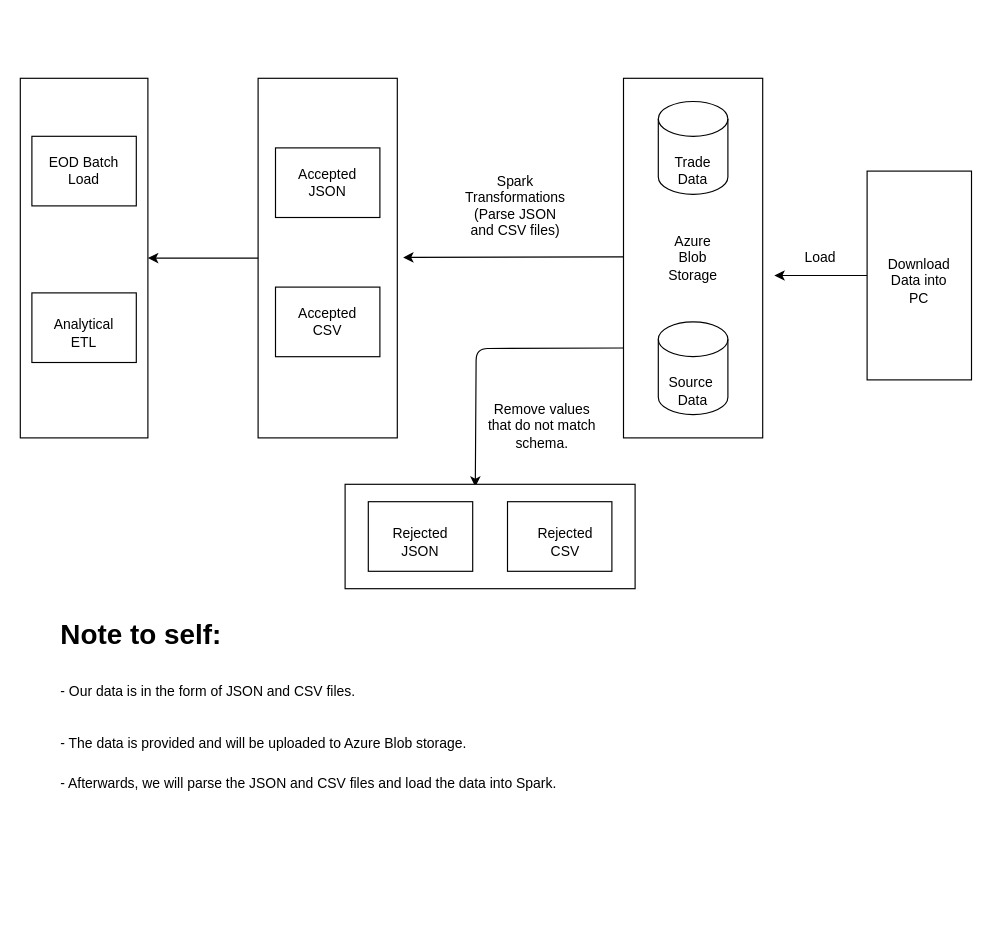
Before: Guided_Capstone_Step1.drawio in JamesHizon/Guided_Capstone_Step_1, a draw.io diagram. Source tidied: cells renumbered, new cells numbered last; positions are measured from the earlier drawing's top-left corner, leaving out a move shared by most shapes. Both pictures are drawn from the tidied source at 116%, with x=0, y=0 at pixel (20, 78).
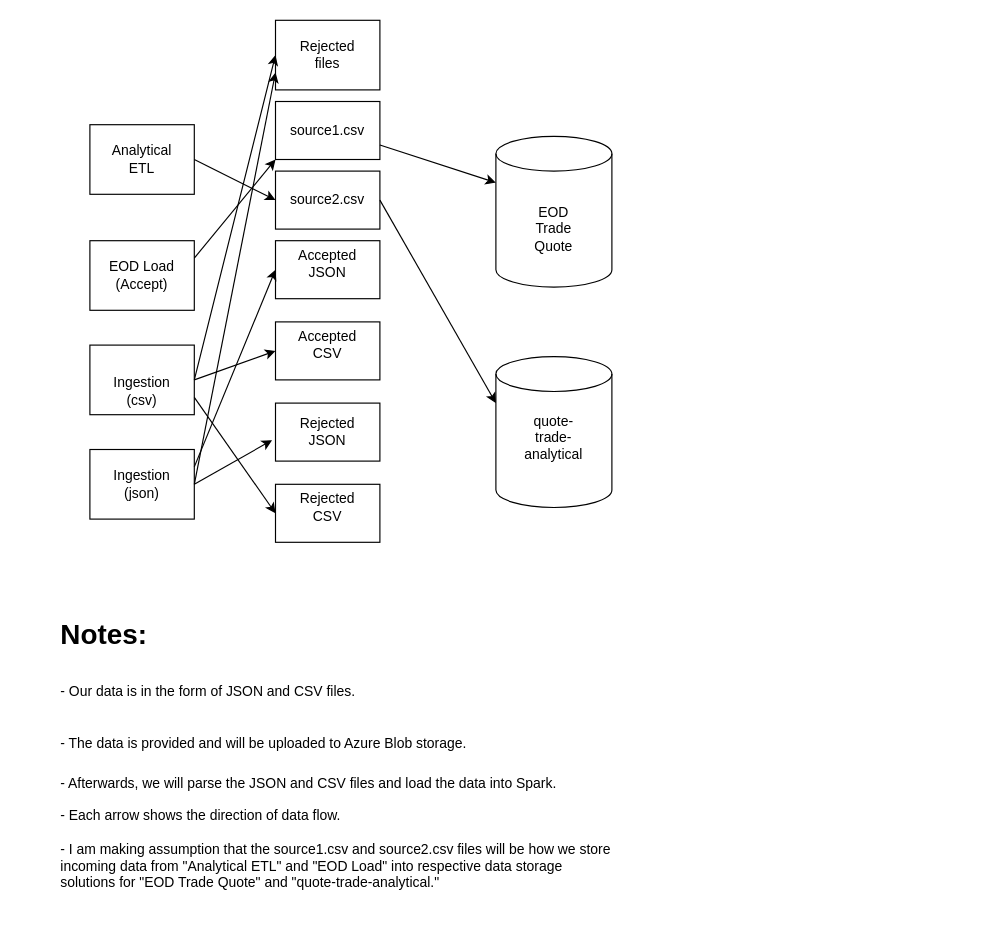
Above is the later version.

Diff of the diagram source:
```diff
@@
-    <mxCell id="2" style="rounded=0;whiteSpace=wrap;html=1;" parent="1" vertex="1">
-      <mxGeometry x="520" width="120" height="310" as="geometry" />
-    </mxCell>
     <mxCell id="3" style="shape=cylinder3;whiteSpace=wrap;html=1;boundedLbl=1;backgroundOutline=1;size=15;" parent="1" vertex="1">
-      <mxGeometry x="550" y="20" width="60" height="80" as="geometry" />
+      <mxGeometry x="410" y="50" width="100" height="130" as="geometry" />
     </mxCell>
-    <mxCell id="4" style="shape=cylinder3;whiteSpace=wrap;html=1;boundedLbl=1;backgroundOutline=1;size=15;" parent="1" vertex="1">
-      <mxGeometry x="550" y="210" width="60" height="80" as="geometry" />
-    </mxCell>
-    <mxCell id="5" value="Trade Data" style="text;html=1;strokeColor=none;fillColor=none;align=center;verticalAlign=middle;whiteSpace=wrap;rounded=0;" parent="1" vertex="1">
-      <mxGeometry x="560" y="70" width="40" height="20" as="geometry" />
+    <mxCell id="5" value="EOD&lt;br&gt;Trade&lt;br&gt;Quote" style="text;html=1;strokeColor=none;fillColor=none;align=center;verticalAlign=middle;whiteSpace=wrap;rounded=0;" parent="1" vertex="1">
+      <mxGeometry x="440" y="120" width="40" height="20" as="geometry" />
     </mxCell>
-    <mxCell id="6" value="Source&amp;nbsp;&lt;br&gt;Data" style="text;html=1;strokeColor=none;fillColor=none;align=center;verticalAlign=middle;whiteSpace=wrap;rounded=0;" parent="1" vertex="1">
-      <mxGeometry x="560" y="260" width="40" height="20" as="geometry" />
-    </mxCell>
-    <mxCell id="7" value="&lt;h1&gt;Note to self:&lt;/h1&gt;&lt;h1&gt;&lt;span style=&quot;font-size: 12px ; font-weight: normal&quot;&gt;- Our data is in&amp;nbsp;the form of JSON and CSV files.&lt;/span&gt;&lt;/h1&gt;&lt;h1&gt;&lt;span style=&quot;font-size: 12px ; font-weight: normal&quot;&gt;- The data is provided and will be uploaded to Azure Blob storage.&lt;/span&gt;&lt;/h1&gt;&lt;div&gt;- Afterwards, we will parse the JSON and CSV files&amp;nbsp;and load the data into Spark.&lt;/div&gt;&lt;div&gt;&lt;br&gt;&lt;/div&gt;&lt;div&gt;&lt;br&gt;&lt;/div&gt;&lt;div&gt;&lt;br&gt;&lt;/div&gt;" style="text;html=1;strokeColor=none;fillColor=none;spacing=5;spacingTop=-20;whiteSpace=wrap;overflow=hidden;rounded=0;" parent="1" vertex="1">
-      <mxGeometry x="30" y="460" width="490" height="165" as="geometry" />
+    <mxCell id="7" value="&lt;h1&gt;Notes:&lt;/h1&gt;&lt;h1&gt;&lt;span style=&quot;font-size: 12px ; font-weight: normal&quot;&gt;- Our data is in&amp;nbsp;the form of JSON and CSV files.&lt;/span&gt;&lt;/h1&gt;&lt;h1&gt;&lt;span style=&quot;font-size: 12px ; font-weight: normal&quot;&gt;- The data is provided and will be uploaded to Azure Blob storage.&lt;/span&gt;&lt;/h1&gt;&lt;div&gt;- Afterwards, we will parse the JSON and CSV files&amp;nbsp;and load the data into Spark.&lt;/div&gt;&lt;div&gt;&lt;br&gt;&lt;/div&gt;&lt;div&gt;- Each arrow shows the direction of data flow.&lt;/div&gt;&lt;div&gt;&lt;br&gt;&lt;/div&gt;&lt;div&gt;- I am making assumption that the source1.csv and source2.csv files will be how we store incoming data from &quot;Analytical ETL&quot; and &quot;EOD Load&quot; into respective data storage solutions for &quot;EOD Trade Quote&quot; and &quot;quote-trade-analytical.&quot;&lt;/div&gt;&lt;div&gt;&lt;br&gt;&lt;/div&gt;" style="text;html=1;strokeColor=none;fillColor=none;spacing=5;spacingTop=-20;whiteSpace=wrap;overflow=hidden;rounded=0;" parent="1" vertex="1">
+      <mxGeometry x="30" y="460" width="490" height="260" as="geometry" />
     </mxCell>
-    <mxCell id="8" value="Azure Blob Storage" style="text;html=1;strokeColor=none;fillColor=none;align=center;verticalAlign=middle;whiteSpace=wrap;rounded=0;" parent="1" vertex="1">
-      <mxGeometry x="560" y="145" width="40" height="20" as="geometry" />
-    </mxCell>
-    <mxCell id="9" style="endArrow=classic;html=1;" parent="1" edge="1">
-      <mxGeometry relative="1" as="geometry">
-        <mxPoint x="520" y="154" as="sourcePoint" />
-        <mxPoint x="330" y="154.4" as="targetPoint" />
-      </mxGeometry>
-    </mxCell>
-    <mxCell id="10" value="Spark Transformations&lt;br&gt;(Parse JSON and CSV files)" style="text;html=1;strokeColor=none;fillColor=none;align=center;verticalAlign=middle;whiteSpace=wrap;rounded=0;" parent="1" vertex="1">
-      <mxGeometry x="380" y="100" width="94" height="20" as="geometry" />
-    </mxCell>
-    <mxCell id="11" style="rounded=0;whiteSpace=wrap;html=1;" parent="1" vertex="1">
-      <mxGeometry x="730" y="80" width="90" height="180" as="geometry" />
-    </mxCell>
-    <mxCell id="12" value="Download&lt;br&gt;Data into PC" style="text;html=1;strokeColor=none;fillColor=none;align=center;verticalAlign=middle;whiteSpace=wrap;rounded=0;" parent="1" vertex="1">
-      <mxGeometry x="755" y="165" width="40" height="20" as="geometry" />
-    </mxCell>
-    <mxCell id="13" style="endArrow=classic;html=1;exitX=0;exitY=0.5;exitDx=0;exitDy=0;" parent="1" edge="1" source="11">
-      <mxGeometry relative="1" as="geometry">
-        <mxPoint x="650" y="170" as="targetPoint" />
-      </mxGeometry>
-    </mxCell>
-    <mxCell id="14" value="Load" style="text;html=1;strokeColor=none;fillColor=none;align=center;verticalAlign=middle;whiteSpace=wrap;rounded=0;" parent="1" vertex="1">
-      <mxGeometry x="670" y="145" width="40" height="20" as="geometry" />
-    </mxCell>
-    <mxCell id="15" style="rounded=0;whiteSpace=wrap;html=1;" parent="1" vertex="1">
-      <mxGeometry x="205" width="120" height="310" as="geometry" />
-    </mxCell>
-    <mxCell id="16" style="endArrow=classic;html=1;exitX=0;exitY=0.75;exitDx=0;exitDy=0;entryX=0.449;entryY=0.024;entryDx=0;entryDy=0;entryPerimeter=0;" parent="1" edge="1" source="2" target="17">
-      <mxGeometry relative="1" as="geometry">
-        <Array as="points">
-          <mxPoint x="393" y="233" />
-        </Array>
-      </mxGeometry>
-    </mxCell>
-    <mxCell id="17" style="rounded=0;whiteSpace=wrap;html=1;" parent="1" vertex="1">
-      <mxGeometry x="280" y="350" width="250" height="90" as="geometry" />
-    </mxCell>
-    <mxCell id="18" value="Remove values that do not match schema." style="text;html=1;strokeColor=none;fillColor=none;align=center;verticalAlign=middle;whiteSpace=wrap;rounded=0;" parent="1" vertex="1">
-      <mxGeometry x="400" y="290" width="100" height="20" as="geometry" />
-    </mxCell>
     <mxCell id="19" style="rounded=0;whiteSpace=wrap;html=1;" parent="1" vertex="1">
-      <mxGeometry x="300" y="365" width="90" height="60" as="geometry" />
+      <mxGeometry x="220" y="280" width="90" height="50" as="geometry" />
     </mxCell>
     <mxCell id="20" style="rounded=0;whiteSpace=wrap;html=1;" parent="1" vertex="1">
-      <mxGeometry x="420" y="365" width="90" height="60" as="geometry" />
+      <mxGeometry x="220" y="350" width="90" height="50" as="geometry" />
     </mxCell>
     <mxCell id="21" value="Rejected&lt;br&gt;CSV" style="text;html=1;strokeColor=none;fillColor=none;align=center;verticalAlign=middle;whiteSpace=wrap;rounded=0;" parent="1" vertex="1">
-      <mxGeometry x="450" y="390" width="40" height="20" as="geometry" />
+      <mxGeometry x="245" y="360" width="40" height="20" as="geometry" />
     </mxCell>
     <mxCell id="22" value="Rejected&lt;br&gt;JSON" style="text;html=1;strokeColor=none;fillColor=none;align=center;verticalAlign=middle;whiteSpace=wrap;rounded=0;" parent="1" vertex="1">
-      <mxGeometry x="325" y="390" width="40" height="20" as="geometry" />
+      <mxGeometry x="245" y="295" width="40" height="20" as="geometry" />
     </mxCell>
     <mxCell id="23" style="rounded=0;whiteSpace=wrap;html=1;" parent="1" vertex="1">
-      <mxGeometry x="220" y="60" width="90" height="60" as="geometry" />
+      <mxGeometry x="220" y="140" width="90" height="50" as="geometry" />
     </mxCell>
     <mxCell id="24" style="rounded=0;whiteSpace=wrap;html=1;" parent="1" vertex="1">
-      <mxGeometry x="220" y="180" width="90" height="60" as="geometry" />
+      <mxGeometry x="220" y="210" width="90" height="50" as="geometry" />
     </mxCell>
     <mxCell id="25" value="Accepted&lt;br&gt;JSON" style="text;html=1;strokeColor=none;fillColor=none;align=center;verticalAlign=middle;whiteSpace=wrap;rounded=0;" parent="1" vertex="1">
-      <mxGeometry x="245" y="80" width="40" height="20" as="geometry" />
+      <mxGeometry x="245" y="150" width="40" height="20" as="geometry" />
     </mxCell>
     <mxCell id="26" value="Accepted&lt;br&gt;CSV" style="text;html=1;strokeColor=none;fillColor=none;align=center;verticalAlign=middle;whiteSpace=wrap;rounded=0;" parent="1" vertex="1">
-      <mxGeometry x="245" y="200" width="40" height="20" as="geometry" />
+      <mxGeometry x="245" y="220" width="40" height="20" as="geometry" />
     </mxCell>
-    <mxCell id="27" style="rounded=0;whiteSpace=wrap;html=1;" parent="1" vertex="1">
-      <mxGeometry width="110" height="310" as="geometry" />
-    </mxCell>
-    <mxCell id="28" style="endArrow=classic;html=1;entryX=1;entryY=0.5;entryDx=0;entryDy=0;exitX=0;exitY=0.5;exitDx=0;exitDy=0;" parent="1" edge="1" source="15" target="27">
-      <mxGeometry relative="1" as="geometry" />
-    </mxCell>
     <mxCell id="29" style="rounded=0;whiteSpace=wrap;html=1;" parent="1" vertex="1">
-      <mxGeometry x="10" y="50" width="90" height="60" as="geometry" />
+      <mxGeometry x="60" y="140" width="90" height="60" as="geometry" />
     </mxCell>
     <mxCell id="30" style="rounded=0;whiteSpace=wrap;html=1;" parent="1" vertex="1">
-      <mxGeometry x="10" y="185" width="90" height="60" as="geometry" />
+      <mxGeometry x="60" y="40" width="90" height="60" as="geometry" />
     </mxCell>
-    <mxCell id="31" value="EOD Batch Load" style="text;html=1;strokeColor=none;fillColor=none;align=center;verticalAlign=middle;whiteSpace=wrap;rounded=0;" parent="1" vertex="1">
-      <mxGeometry x="20" y="70" width="70" height="20" as="geometry" />
+    <mxCell id="31" value="EOD Load (Accept)" style="text;html=1;strokeColor=none;fillColor=none;align=center;verticalAlign=middle;whiteSpace=wrap;rounded=0;" parent="1" vertex="1">
+      <mxGeometry x="70" y="160" width="70" height="20" as="geometry" />
     </mxCell>
     <mxCell id="32" value="Analytical ETL" style="text;html=1;strokeColor=none;fillColor=none;align=center;verticalAlign=middle;whiteSpace=wrap;rounded=0;" parent="1" vertex="1">
-      <mxGeometry x="35" y="210" width="40" height="20" as="geometry" />
+      <mxGeometry x="85" y="60" width="40" height="20" as="geometry" />
     </mxCell>
+    <mxCell id="33" style="rounded=0;whiteSpace=wrap;html=1;" parent="1" vertex="1">
+      <mxGeometry x="60" y="320" width="90" height="60" as="geometry" />
+    </mxCell>
+    <mxCell id="34" style="rounded=0;whiteSpace=wrap;html=1;" parent="1" vertex="1">
+      <mxGeometry x="60" y="230" width="90" height="60" as="geometry" />
+    </mxCell>
+    <mxCell id="35" value="Ingestion&lt;br&gt;(csv)" style="text;html=1;strokeColor=none;fillColor=none;align=center;verticalAlign=middle;whiteSpace=wrap;rounded=0;" parent="1" vertex="1">
+      <mxGeometry x="85" y="260" width="40" height="20" as="geometry" />
+    </mxCell>
+    <mxCell id="36" value="Ingestion&lt;br&gt;(json)" style="text;html=1;strokeColor=none;fillColor=none;align=center;verticalAlign=middle;whiteSpace=wrap;rounded=0;" parent="1" vertex="1">
+      <mxGeometry x="85" y="340" width="40" height="20" as="geometry" />
+    </mxCell>
+    <mxCell id="37" style="shape=cylinder3;whiteSpace=wrap;html=1;boundedLbl=1;backgroundOutline=1;size=15;" parent="1" vertex="1">
+      <mxGeometry x="410" y="240" width="100" height="130" as="geometry" />
+    </mxCell>
+    <mxCell id="6" value="quote-trade-analytical" style="text;html=1;strokeColor=none;fillColor=none;align=center;verticalAlign=middle;whiteSpace=wrap;rounded=0;" parent="1" vertex="1">
+      <mxGeometry x="440" y="300" width="40" height="20" as="geometry" />
+    </mxCell>
+    <mxCell id="38" style="rounded=0;whiteSpace=wrap;html=1;" parent="1" vertex="1">
+      <mxGeometry x="220" y="-50" width="90" height="60" as="geometry" />
+    </mxCell>
+    <mxCell id="39" style="rounded=0;whiteSpace=wrap;html=1;" parent="1" vertex="1">
+      <mxGeometry x="220" y="80" width="90" height="50" as="geometry" />
+    </mxCell>
+    <mxCell id="40" value="Rejected&lt;br&gt;files" style="text;html=1;strokeColor=none;fillColor=none;align=center;verticalAlign=middle;whiteSpace=wrap;rounded=0;" parent="1" vertex="1">
+      <mxGeometry x="245" y="-30" width="40" height="20" as="geometry" />
+    </mxCell>
+    <mxCell id="41" style="rounded=0;whiteSpace=wrap;html=1;" parent="1" vertex="1">
+      <mxGeometry x="220" y="20" width="90" height="50" as="geometry" />
+    </mxCell>
+    <mxCell id="42" value="source1.csv" style="text;html=1;strokeColor=none;fillColor=none;align=center;verticalAlign=middle;whiteSpace=wrap;rounded=0;" parent="1" vertex="1">
+      <mxGeometry x="245" y="35" width="40" height="20" as="geometry" />
+    </mxCell>
+    <mxCell id="43" value="source2.csv" style="text;html=1;strokeColor=none;fillColor=none;align=center;verticalAlign=middle;whiteSpace=wrap;rounded=0;" parent="1" vertex="1">
+      <mxGeometry x="245" y="95" width="40" height="20" as="geometry" />
+    </mxCell>
+    <mxCell id="44" style="endArrow=classic;html=1;exitX=1;exitY=0.5;exitDx=0;exitDy=0;entryX=0;entryY=0.5;entryDx=0;entryDy=0;" parent="1" edge="1" source="34" target="24">
+      <mxGeometry relative="1" as="geometry" />
+    </mxCell>
+    <mxCell id="45" style="endArrow=classic;html=1;exitX=1;exitY=0.75;exitDx=0;exitDy=0;entryX=0;entryY=0.5;entryDx=0;entryDy=0;" parent="1" edge="1" source="34" target="20">
+      <mxGeometry relative="1" as="geometry" />
+    </mxCell>
+    <mxCell id="46" style="endArrow=classic;html=1;exitX=1;exitY=0.5;exitDx=0;exitDy=0;entryX=-0.033;entryY=0.64;entryDx=0;entryDy=0;entryPerimeter=0;" parent="1" edge="1" source="33" target="19">
+      <mxGeometry relative="1" as="geometry" />
+    </mxCell>
+    <mxCell id="47" style="endArrow=classic;html=1;exitX=1;exitY=0.25;exitDx=0;exitDy=0;entryX=0;entryY=0.5;entryDx=0;entryDy=0;" parent="1" edge="1" source="33" target="23">
+      <mxGeometry relative="1" as="geometry" />
+    </mxCell>
+    <mxCell id="48" style="endArrow=classic;html=1;exitX=1;exitY=0.5;exitDx=0;exitDy=0;entryX=0;entryY=0.5;entryDx=0;entryDy=0;" parent="1" edge="1" source="34" target="38">
+      <mxGeometry relative="1" as="geometry" />
+    </mxCell>
+    <mxCell id="49" style="endArrow=classic;html=1;exitX=1;exitY=0.5;exitDx=0;exitDy=0;entryX=0;entryY=0.75;entryDx=0;entryDy=0;" parent="1" edge="1" source="33" target="38">
+      <mxGeometry relative="1" as="geometry" />
+    </mxCell>
+    <mxCell id="50" style="endArrow=classic;html=1;exitX=1;exitY=0.5;exitDx=0;exitDy=0;entryX=0;entryY=0.5;entryDx=0;entryDy=0;" parent="1" edge="1" source="30" target="39">
+      <mxGeometry relative="1" as="geometry" />
+    </mxCell>
+    <mxCell id="51" style="endArrow=classic;html=1;exitX=1;exitY=0.25;exitDx=0;exitDy=0;entryX=0;entryY=1;entryDx=0;entryDy=0;" parent="1" edge="1" source="29" target="41">
+      <mxGeometry relative="1" as="geometry" />
+    </mxCell>
+    <mxCell id="52" style="endArrow=classic;html=1;exitX=1;exitY=0.75;exitDx=0;exitDy=0;entryX=0;entryY=0;entryDx=0;entryDy=40;entryPerimeter=0;" parent="1" edge="1" source="41" target="3">
+      <mxGeometry relative="1" as="geometry" />
+    </mxCell>
+    <mxCell id="53" style="endArrow=classic;html=1;exitX=1;exitY=0.5;exitDx=0;exitDy=0;entryX=0;entryY=0;entryDx=0;entryDy=40;entryPerimeter=0;" parent="1" edge="1" source="39" target="37">
+      <mxGeometry relative="1" as="geometry" />
+    </mxCell>
```
